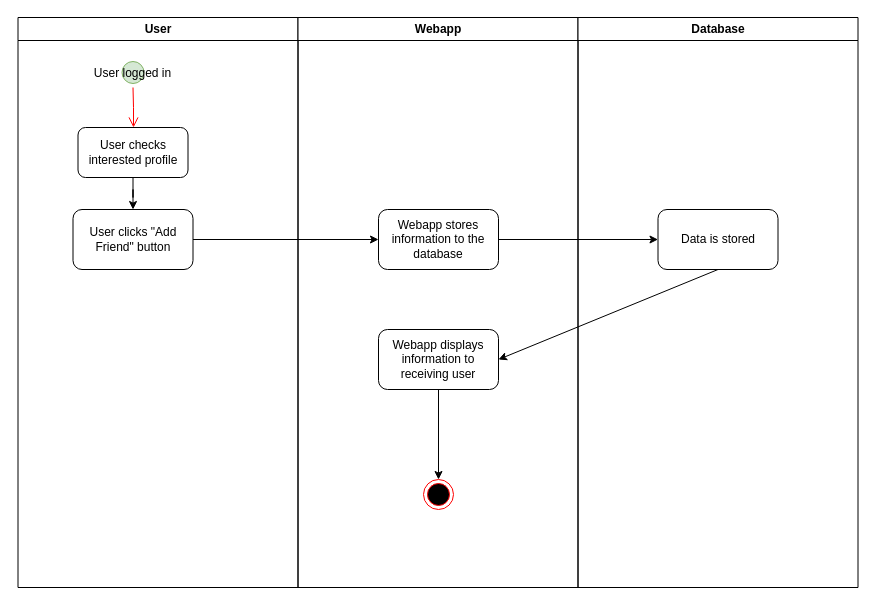
omilhano/SocialHire keeps this draw.io diagram as diagramFolder/friendRequest.drawio. Above is the earlier version. Source tidied: cells renumbered, new cells numbered last; positions are measured from the earlier drawing's top-left corner, leaving out a move shared by most shapes. Both pictures are drawn from the tidied source at 100%, with x=0, y=0 at pixel (17, 17).
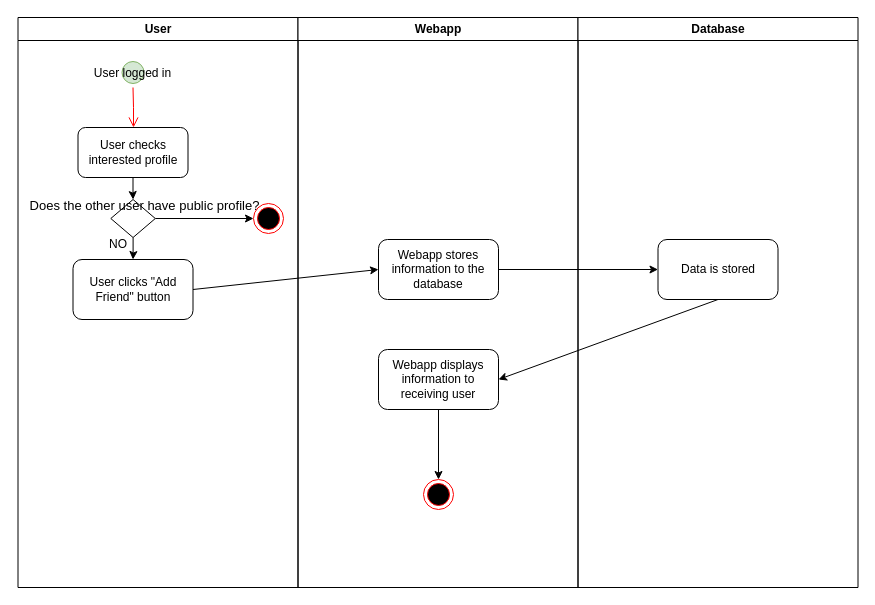
The same page after the edit.

Unchanged cells that the change refers to:
```xml
<mxCell id="2" value="User" style="swimlane;whiteSpace=wrap;" parent="1" vertex="1">
  <mxGeometry x="0.5" width="280" height="570" as="geometry" />
</mxCell>
<mxCell id="6" value="User checks interested profile" style="whiteSpace=wrap;rounded=1;" parent="2" vertex="1">
  <mxGeometry x="60" y="110" width="110" height="50" as="geometry" />
</mxCell>
<mxCell id="8" value="Webapp" style="swimlane;whiteSpace=wrap;" parent="1" vertex="1">
  <mxGeometry x="280.5" width="280" height="570" as="geometry" />
</mxCell>
<mxCell id="13" value="Database" style="swimlane;whiteSpace=wrap;" parent="1" vertex="1">
  <mxGeometry x="560.5" width="280" height="570" as="geometry" />
</mxCell>
```

What changed in the source:
```diff
@@
-    <mxCell id="5" style="edgeStyle=orthogonalEdgeStyle;rounded=0;jettySize=auto;html=1;" parent="2" edge="1" source="6" target="7">
-      <mxGeometry relative="1" as="geometry" />
-    </mxCell>
+    <mxCell id="18" style="edgeStyle=orthogonalEdgeStyle;rounded=0;jettySize=auto;html=1;" parent="2" edge="1" source="6" target="21">
+      <mxGeometry relative="1" as="geometry" />
+    </mxCell>
@@
     <mxCell id="7" value="User clicks &quot;Add Friend&quot; button" style="whiteSpace=wrap;html=1;rounded=1;" parent="2" vertex="1">
-      <mxGeometry x="55" y="192" width="120" height="60" as="geometry" />
+      <mxGeometry x="55" y="242" width="120" height="60" as="geometry" />
     </mxCell>
+    <mxCell id="19" style="edgeStyle=orthogonalEdgeStyle;rounded=0;jettySize=auto;html=1;" parent="2" edge="1" source="21" target="7">
+      <mxGeometry relative="1" as="geometry" />
+    </mxCell>
+    <mxCell id="20" style="edgeStyle=orthogonalEdgeStyle;rounded=0;jettySize=auto;html=1;" parent="2" edge="1" source="21" target="22">
+      <mxGeometry relative="1" as="geometry" />
+    </mxCell>
+    <mxCell id="21" value="&lt;font style=&quot;font-size: 13px;&quot;&gt;Does the other user have public profile?&lt;/font&gt;" style="rhombus;html=1;align=center;horizontal=1;verticalAlign=middle;labelPosition=center;verticalLabelPosition=middle;spacingLeft=23;spacingBottom=11;spacingTop=-16;" parent="2" vertex="1">
+      <mxGeometry x="92.8" y="182" width="44.5" height="38" as="geometry" />
+    </mxCell>
+    <mxCell id="22" style="ellipse;html=1;shape=endState;fillColor=#000000;strokeColor=#ff0000;" parent="2" vertex="1">
+      <mxGeometry x="235.5" y="186" width="30" height="30" as="geometry" />
+    </mxCell>
+    <mxCell id="23" value="NO" style="text;html=1;align=center;verticalAlign=middle;whiteSpace=wrap;rounded=0;" parent="2" vertex="1">
+      <mxGeometry x="70" y="212" width="60" height="30" as="geometry" />
+    </mxCell>
@@
     <mxCell id="9" value="Webapp stores information to the database" style="rounded=1;whiteSpace=wrap;html=1;" parent="8" vertex="1">
-      <mxGeometry x="80.5" y="192" width="120" height="60" as="geometry" />
+      <mxGeometry x="80.5" y="222" width="120" height="60" as="geometry" />
     </mxCell>
     <mxCell id="10" value="Webapp displays information to receiving user" style="rounded=1;whiteSpace=wrap;html=1;" parent="8" vertex="1">
-      <mxGeometry x="80.5" y="312" width="120" height="60" as="geometry" />
+      <mxGeometry x="80.5" y="332" width="120" height="60" as="geometry" />
     </mxCell>
@@
     <mxCell id="14" value="Data is stored" style="rounded=1;whiteSpace=wrap;html=1;" parent="13" vertex="1">
-      <mxGeometry x="80" y="192" width="120" height="60" as="geometry" />
+      <mxGeometry x="80" y="222" width="120" height="60" as="geometry" />
     </mxCell>
```
